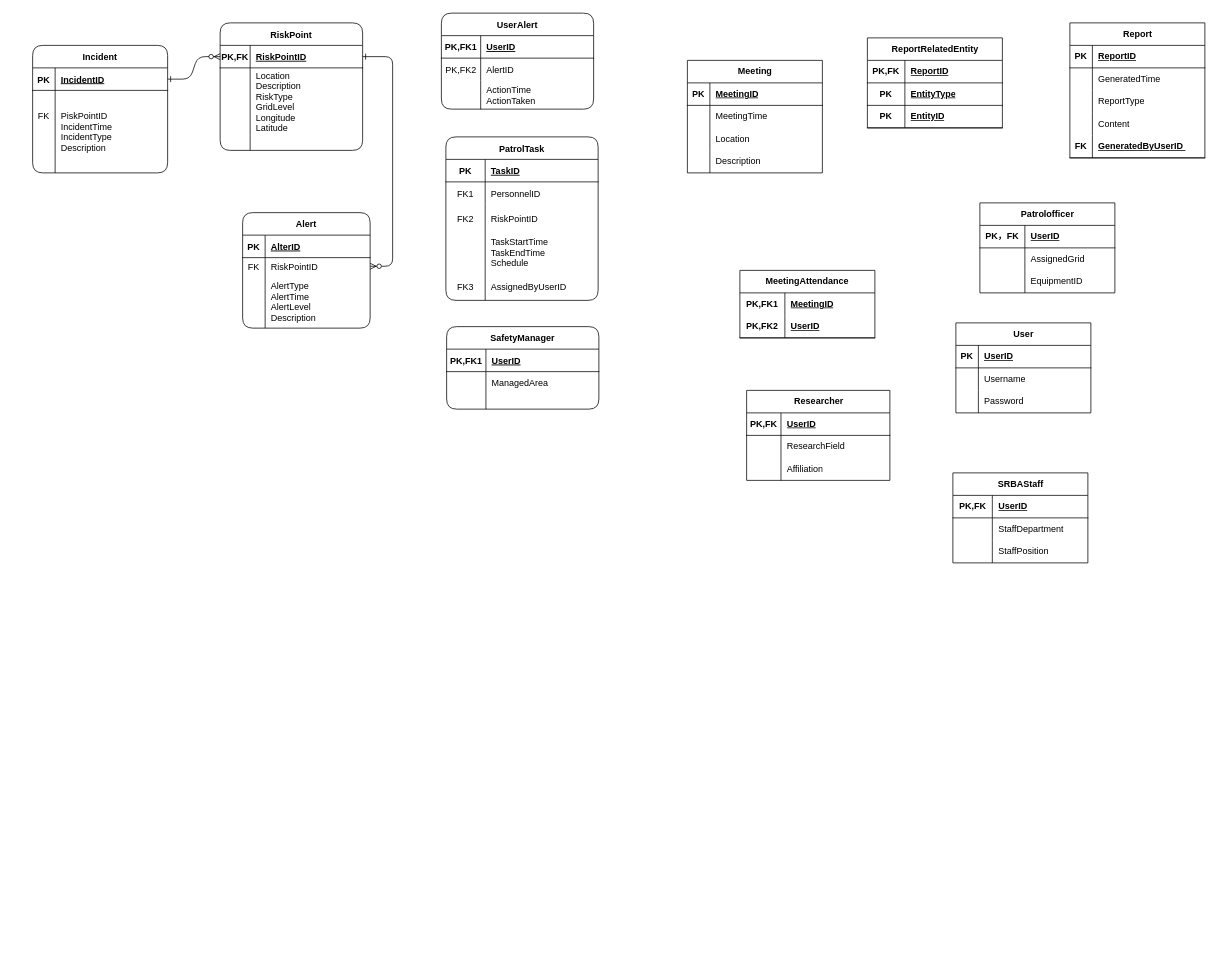
The draw.io diagram ER-rail.drawio in Lxlorange/drawio, before the edit. Source tidied: cells renumbered, new cells numbered last; positions are measured from the earlier drawing's top-left corner, leaving out a move shared by most shapes. Both pictures are drawn from the tidied source at 75%, with x=0, y=0 at pixel (32, 13).
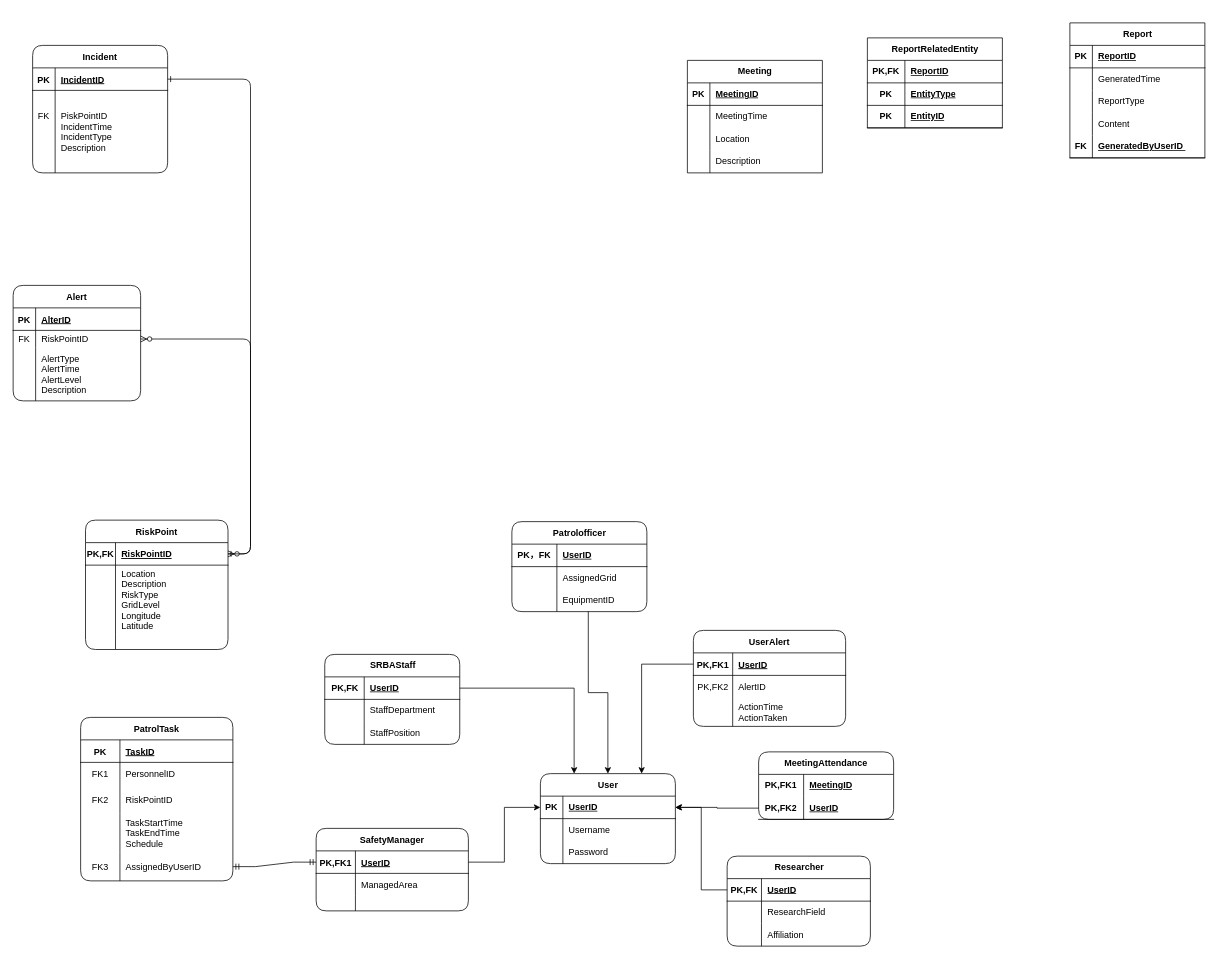
The same diagram, later.

Unchanged cells that the change refers to:
```xml
<mxCell id="32" style="shape=partialRectangle;fillColor=none;points=[[0,0.5],[1,0.5]];portConstraint=eastwest;top=0;left=0;right=0;bottom=1;" parent="31" vertex="1">
  <mxGeometry y="30" width="203" height="30" as="geometry" />
</mxCell>
<mxCell id="54" style="shape=partialRectangle;fillColor=none;points=[[0,0.5],[1,0.5]];portConstraint=eastwest;top=0;left=0;right=0;bottom=0;" parent="41" vertex="1">
  <mxGeometry y="180" width="203" height="38" as="geometry" />
</mxCell>
<mxCell id="58" style="shape=partialRectangle;fillColor=none;points=[[0,0.5],[1,0.5]];portConstraint=eastwest;top=0;left=0;right=0;bottom=1;" parent="57" vertex="1">
  <mxGeometry y="30" width="203" height="30" as="geometry" />
</mxCell>
<mxCell id="84" style="shape=tableRow;horizontal=0;startSize=0;swimlaneHead=0;swimlaneBody=0;fillColor=none;points=[[0,0.5],[1,0.5]];portConstraint=eastwest;top=0;left=0;right=0;bottom=1;html=1;" parent="80" vertex="1">
  <mxGeometry y="60" width="180" height="30" as="geometry" />
</mxCell>
<mxCell id="88" style="shape=tableRow;horizontal=0;startSize=0;swimlaneHead=0;swimlaneBody=0;fillColor=none;points=[[0,0.5],[1,0.5]];portConstraint=eastwest;top=0;left=0;right=0;bottom=1;" parent="87" vertex="1">
  <mxGeometry y="30" width="191" height="30" as="geometry" />
</mxCell>
<mxCell id="114" style="shape=tableRow;horizontal=0;startSize=0;swimlaneHead=0;swimlaneBody=0;fillColor=none;points=[[0,0.5],[1,0.5]];portConstraint=eastwest;top=0;left=0;right=0;bottom=0;" parent="107" vertex="1">
  <mxGeometry y="90" width="180" height="30" as="geometry" />
</mxCell>
<mxCell id="118" style="shape=tableRow;horizontal=0;startSize=0;swimlaneHead=0;swimlaneBody=0;fillColor=none;points=[[0,0.5],[1,0.5]];portConstraint=eastwest;top=0;left=0;right=0;bottom=1;" parent="117" vertex="1">
  <mxGeometry y="30" width="180" height="30" as="geometry" />
</mxCell>
<mxCell id="144" style="shape=tableRow;horizontal=0;startSize=0;swimlaneHead=0;swimlaneBody=0;fillColor=none;points=[[0,0.5],[1,0.5]];portConstraint=eastwest;top=0;left=0;right=0;bottom=1;" parent="143" vertex="1">
  <mxGeometry y="30" width="180" height="30" as="geometry" />
</mxCell>
```

Change to the diagram source:
```diff
@@
     <mxCell id="4" value="RiskPoint" style="shape=table;startSize=30;childLayout=tableLayout;rowLines=0;fontStyle=1;align=center;rounded=1;" parent="1" vertex="1">
-      <mxGeometry x="250" y="13" width="190" height="170" as="geometry" />
+      <mxGeometry x="70.5" y="676" width="190" height="172.5" as="geometry" />
     </mxCell>
@@
     <mxCell id="8" style="shape=partialRectangle;fillColor=none;top=0;left=0;right=0;bottom=0;" parent="4" vertex="1">
-      <mxGeometry y="60" width="190" height="90" as="geometry" />
+      <mxGeometry y="60" width="190" height="92" as="geometry" />
     </mxCell>
     <mxCell id="9" style="shape=partialRectangle;overflow=hidden;fillColor=none;top=0;left=0;bottom=0;right=0;" parent="8" vertex="1">
-      <mxGeometry width="40" height="90" as="geometry" />
+      <mxGeometry width="40" height="92" as="geometry" />
     </mxCell>
     <mxCell id="10" value="Location&#10;Description&#10;RiskType&#10;GridLevel&#10;Longitude&#10;Latitude" style="shape=partialRectangle;overflow=hidden;fillColor=none;top=0;left=0;bottom=0;right=0;align=left;spacingLeft=6;" parent="8" vertex="1">
-      <mxGeometry x="40" width="150" height="90" as="geometry" />
+      <mxGeometry x="40" width="150" height="92" as="geometry" />
     </mxCell>
     <mxCell id="11" style="shape=partialRectangle;fillColor=none;top=0;left=0;right=0;bottom=0;" parent="4" vertex="1">
-      <mxGeometry y="150" width="190" height="20" as="geometry" />
+      <mxGeometry y="152" width="190" height="20" as="geometry" />
     </mxCell>
@@
     <mxCell id="14" value="Alert" style="shape=table;startSize=30;childLayout=tableLayout;rowLines=0;fontStyle=1;align=center;rounded=1;" parent="1" vertex="1">
-      <mxGeometry x="280" y="266" width="170" height="154" as="geometry" />
+      <mxGeometry x="-26" y="363" width="170" height="154" as="geometry" />
     </mxCell>
@@
     <mxCell id="31" value="UserAlert" style="shape=table;startSize=30;childLayout=tableLayout;rowLines=0;fontStyle=1;align=center;rounded=1;" parent="1" vertex="1">
-      <mxGeometry x="545" width="203" height="128" as="geometry" />
+      <mxGeometry x="881" y="823" width="203" height="128" as="geometry" />
     </mxCell>
@@
     <mxCell id="41" value="PatrolTask" style="shape=table;startSize=30;childLayout=tableLayout;rowLines=0;fontStyle=1;align=center;rounded=1;" parent="1" vertex="1">
-      <mxGeometry x="551" y="165" width="203" height="218" as="geometry" />
+      <mxGeometry x="64" y="939" width="203" height="218" as="geometry" />
     </mxCell>
@@
     <mxCell id="57" value="SafetyManager" style="shape=table;startSize=30;childLayout=tableLayout;rowLines=0;fontStyle=1;align=center;rounded=1;" parent="1" vertex="1">
-      <mxGeometry x="552" y="418" width="203" height="110" as="geometry" />
+      <mxGeometry x="378" y="1087" width="203" height="110" as="geometry" />
     </mxCell>
@@
-    <mxCell id="80" value="MeetingAttendance" style="shape=table;startSize=30;childLayout=tableLayout;rowLines=0;fontStyle=1;align=center;html=1;whiteSpace=wrap;" parent="1" vertex="1">
-      <mxGeometry x="943" y="343" width="180" height="90" as="geometry" />
+    <mxCell id="80" value="MeetingAttendance" style="shape=table;startSize=30;childLayout=tableLayout;rowLines=0;fontStyle=1;align=center;html=1;whiteSpace=wrap;rounded=1;" parent="1" vertex="1">
+      <mxGeometry x="968" y="985" width="180" height="90" as="geometry" />
     </mxCell>
@@
-    <mxCell id="87" value="Researcher" style="shape=table;startSize=30;childLayout=tableLayout;rowLines=0;fontStyle=1;align=center;html=1;" parent="1" vertex="1">
-      <mxGeometry x="952" y="503" width="191" height="120" as="geometry" />
+    <mxCell id="87" value="Researcher" style="shape=table;startSize=30;childLayout=tableLayout;rowLines=0;fontStyle=1;align=center;html=1;rounded=1;" parent="1" vertex="1">
+      <mxGeometry x="926" y="1124" width="191" height="120" as="geometry" />
     </mxCell>
@@
-    <mxCell id="107" value="Patrolofficer" style="shape=table;startSize=30;childLayout=tableLayout;rowLines=0;fontStyle=1;align=center;html=1;" parent="1" vertex="1">
-      <mxGeometry x="1263" y="253" width="180" height="120" as="geometry" />
+    <mxCell id="107" value="Patrolofficer" style="shape=table;startSize=30;childLayout=tableLayout;rowLines=0;fontStyle=1;align=center;html=1;rounded=1;" parent="1" vertex="1">
+      <mxGeometry x="639" y="678" width="180" height="120" as="geometry" />
     </mxCell>
@@
-    <mxCell id="117" value="User" style="shape=table;startSize=30;childLayout=tableLayout;rowLines=0;fontStyle=1;align=center;html=1;" parent="1" vertex="1">
-      <mxGeometry x="1231" y="413" width="180" height="120" as="geometry" />
+    <mxCell id="117" value="User" style="shape=table;startSize=30;childLayout=tableLayout;rowLines=0;fontStyle=1;align=center;html=1;rounded=1;" parent="1" vertex="1">
+      <mxGeometry x="677" y="1014" width="180" height="120" as="geometry" />
     </mxCell>
@@
-    <mxCell id="143" value="&lt;span style=&quot;text-wrap-mode: wrap;&quot;&gt;SRBAStaff&lt;/span&gt;" style="shape=table;startSize=30;childLayout=tableLayout;rowLines=0;fontStyle=1;align=center;html=1;" parent="1" vertex="1">
-      <mxGeometry x="1227" y="613" width="180" height="120" as="geometry" />
+    <mxCell id="143" value="&lt;span style=&quot;text-wrap-mode: wrap;&quot;&gt;SRBAStaff&lt;/span&gt;" style="shape=table;startSize=30;childLayout=tableLayout;rowLines=0;fontStyle=1;align=center;html=1;rounded=1;" parent="1" vertex="1">
+      <mxGeometry x="389.5" y="855" width="180" height="120" as="geometry" />
     </mxCell>
@@
+    <mxCell id="153" style="edgeStyle=orthogonalEdgeStyle;rounded=0;jettySize=auto;html=1;entryX=0;entryY=0.5;entryDx=0;entryDy=0;" parent="1" edge="1" source="58" target="118">
+      <mxGeometry relative="1" as="geometry" />
+    </mxCell>
+    <mxCell id="154" style="edgeStyle=orthogonalEdgeStyle;rounded=0;jettySize=auto;html=1;exitX=1;exitY=0.5;exitDx=0;exitDy=0;entryX=0.25;entryY=0;entryDx=0;entryDy=0;" parent="1" edge="1" source="144" target="117">
+      <mxGeometry relative="1" as="geometry" />
+    </mxCell>
+    <mxCell id="155" style="edgeStyle=orthogonalEdgeStyle;rounded=0;jettySize=auto;html=1;entryX=0.5;entryY=0;entryDx=0;entryDy=0;exitX=0.566;exitY=0.99;exitDx=0;exitDy=0;exitPerimeter=0;" parent="1" edge="1" source="114" target="117">
+      <mxGeometry relative="1" as="geometry" />
+    </mxCell>
+    <mxCell id="156" style="edgeStyle=orthogonalEdgeStyle;rounded=0;jettySize=auto;html=1;exitX=0;exitY=0.5;exitDx=0;exitDy=0;entryX=0.75;entryY=0;entryDx=0;entryDy=0;" parent="1" edge="1" source="32" target="117">
+      <mxGeometry relative="1" as="geometry" />
+    </mxCell>
+    <mxCell id="157" style="edgeStyle=orthogonalEdgeStyle;rounded=0;jettySize=auto;html=1;exitX=0;exitY=0.5;exitDx=0;exitDy=0;entryX=1;entryY=0.5;entryDx=0;entryDy=0;" parent="1" edge="1" source="88" target="118">
+      <mxGeometry relative="1" as="geometry" />
+    </mxCell>
+    <mxCell id="158" style="edgeStyle=orthogonalEdgeStyle;rounded=0;jettySize=auto;html=1;entryX=1;entryY=0.5;entryDx=0;entryDy=0;" parent="1" edge="1" source="84" target="118">
+      <mxGeometry relative="1" as="geometry" />
+    </mxCell>
+    <mxCell id="159" style="edgeStyle=entityRelationEdgeStyle;fontSize=12;html=1;endArrow=ERmandOne;startArrow=ERmandOne;rounded=0;entryX=0;entryY=0.5;entryDx=0;entryDy=0;" parent="1" edge="1" source="54" target="58">
+      <mxGeometry relative="1" as="geometry" />
+    </mxCell>
```
